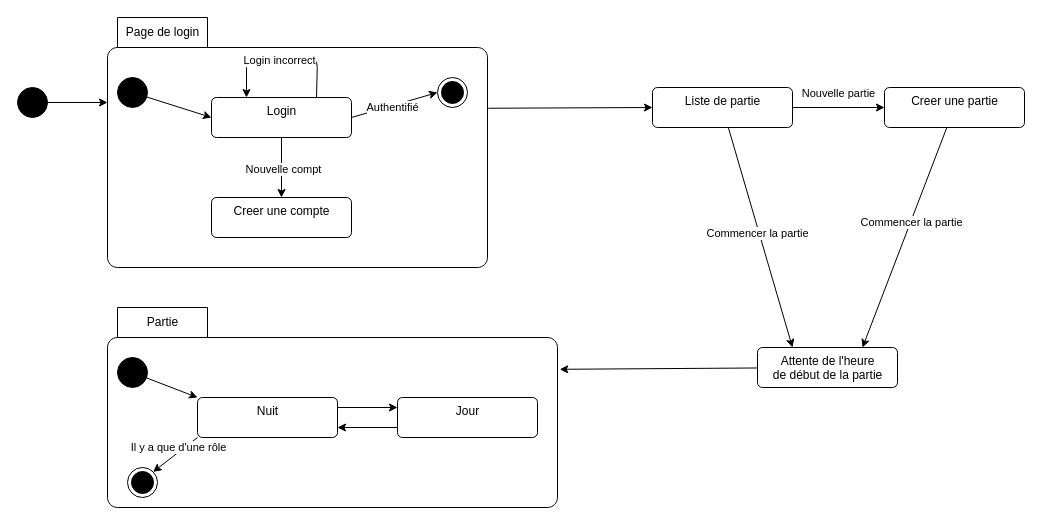
Earlier version of the draw.io diagram documentation/server/etats_transitions.drawio (gfhuth/werewolf). Source tidied: cells renumbered, new cells numbered last; positions are measured from the earlier drawing's top-left corner, leaving out a move shared by most shapes. Both pictures are drawn from the tidied source at 100%, with x=0, y=0 at pixel (17, 17).
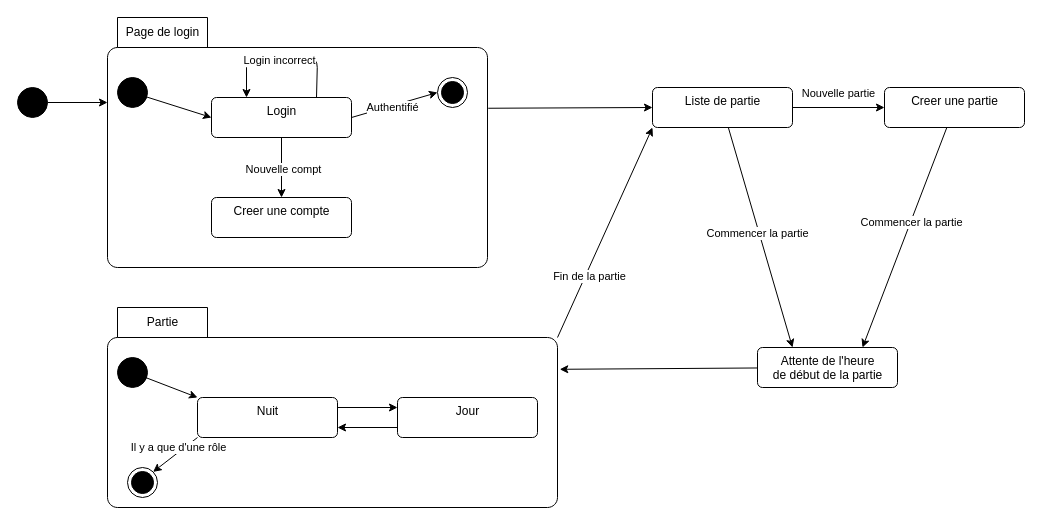
The same page after the edit.

Commit message:
diagramme etats transitions

The change refers to these unchanged cells:
```xml
<mxCell id="8" value="Liste de partie" style="html=1;align=center;verticalAlign=top;rounded=1;absoluteArcSize=1;arcSize=10;dashed=0;" parent="1" vertex="1">
  <mxGeometry x="635" y="70" width="140" height="40" as="geometry" />
</mxCell>
<mxCell id="26" value="Partie" style="shape=folder;align=center;verticalAlign=middle;fontStyle=0;tabWidth=100;tabHeight=30;tabPosition=left;html=1;boundedLbl=1;labelInHeader=1;rounded=1;absoluteArcSize=1;arcSize=10;" parent="1" vertex="1">
  <mxGeometry x="90" y="290" width="450" height="200" as="geometry" />
</mxCell>
```

Diff of the diagram source:
```diff
@@
+    <mxCell id="38" style="edgeStyle=none;html=1;exitX=0;exitY=0;exitDx=450.00000000000006;exitDy=30;exitPerimeter=0;entryX=0;entryY=1;entryDx=0;entryDy=0;" parent="1" edge="1" source="26" target="8">
+      <mxGeometry relative="1" as="geometry" />
+    </mxCell>
+    <mxCell id="39" value="Fin de la partie" style="edgeLabel;html=1;align=center;verticalAlign=middle;" parent="38" vertex="1">
+      <mxGeometry x="-0.39" y="-3" relative="1" as="geometry">
+        <mxPoint y="1" as="offset" />
+      </mxGeometry>
+    </mxCell>
```
